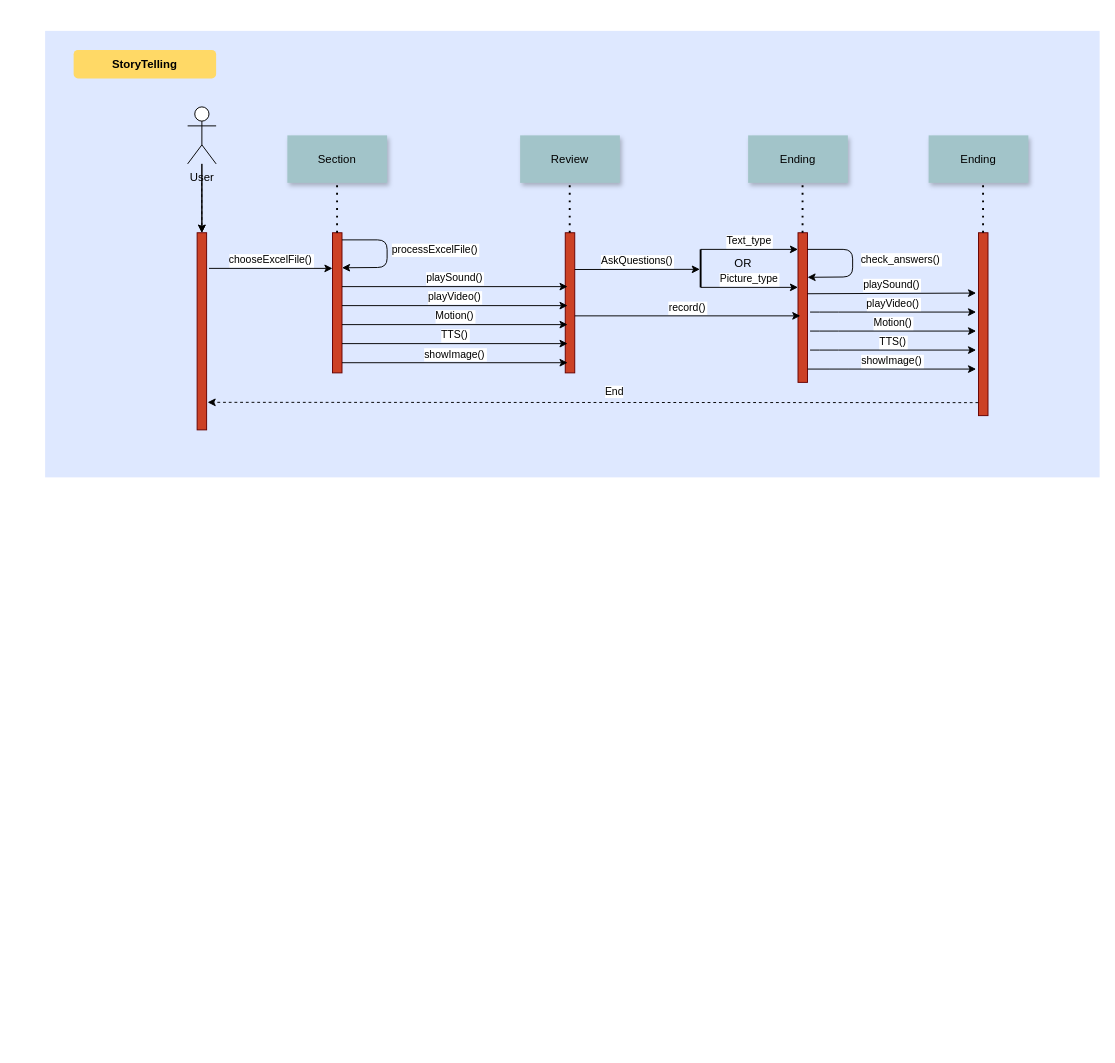
Above: page "sequence diagram" (1 of 3) of Untitled Diagram.drawio in chewwwyong/dosomethingexcel (draw.io), before the change. Source tidied: cells renumbered, new cells numbered last; positions are measured from the earlier drawing's top-left corner, leaving out a move shared by most shapes. Both pictures are drawn from the tidied source at 95%, with x=0, y=0 at pixel (45, 30).
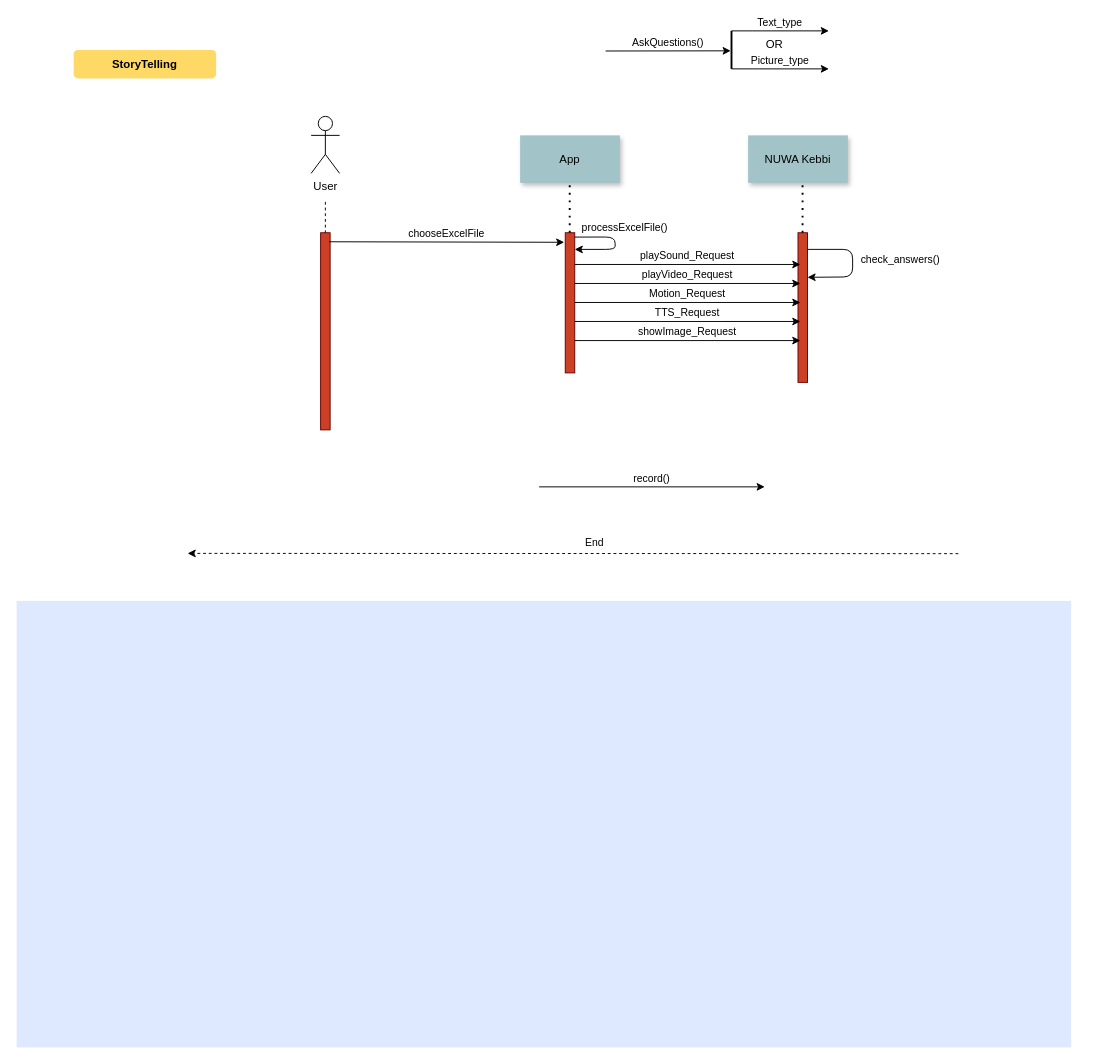
The same page after the edit.

The change refers to these unchanged cells:
```xml
<mxCell id="7" style="fillColor=#CC4125;strokeColor=#660000;" parent="1" vertex="1">
  <mxGeometry x="547.5" y="212.5" width="10" height="147.5" as="geometry" />
</mxCell>
```

What changed in the source:
```diff
@@
     <mxCell id="2" style="fillColor=#DEE8FF;strokeColor=none;" parent="1" vertex="1">
-      <mxGeometry width="1110" height="470" as="geometry" />
+      <mxGeometry x="-30" y="600" width="1110" height="470" as="geometry" />
     </mxCell>
     <mxCell id="3" style="fillColor=#CC4125;strokeColor=#660000;" parent="1" vertex="1">
-      <mxGeometry x="160" y="212.5" width="10" height="207.5" as="geometry" />
+      <mxGeometry x="290" y="212.5" width="10" height="207.5" as="geometry" />
     </mxCell>
-    <mxCell id="4" value="chooseExcelFile()" style="edgeStyle=none;verticalLabelPosition=top;verticalAlign=bottom;" parent="1" edge="1">
-      <mxGeometry x="222.5" y="112.5" as="geometry">
-        <mxPoint x="172.5" y="250" as="sourcePoint" />
-        <mxPoint x="302.5" y="250" as="targetPoint" />
+    <mxCell id="4" value="chooseExcelFile" style="edgeStyle=none;verticalLabelPosition=top;verticalAlign=bottom;entryX=-0.108;entryY=0.068;entryDx=0;entryDy=0;entryPerimeter=0;" parent="1" edge="1" target="7">
+      <mxGeometry x="222.5" y="84.7" as="geometry">
+        <mxPoint x="299" y="222" as="sourcePoint" />
       </mxGeometry>
     </mxCell>
-    <mxCell id="5" value="Section" style="shadow=1;fillColor=#A2C4C9;strokeColor=none;" parent="1" vertex="1">
-      <mxGeometry x="255" y="110" width="105" height="50" as="geometry" />
-    </mxCell>
-    <mxCell id="6" style="fillColor=#CC4125;strokeColor=#660000;" parent="1" vertex="1">
-      <mxGeometry x="302.5" y="212.5" width="10" height="147.5" as="geometry" />
-    </mxCell>
@@
-    <mxCell id="8" value="Review" style="shadow=1;fillColor=#A2C4C9;strokeColor=none;" parent="1" vertex="1">
+    <mxCell id="8" value="App" style="shadow=1;fillColor=#A2C4C9;strokeColor=none;" parent="1" vertex="1">
       <mxGeometry x="500" y="110" width="105" height="50" as="geometry" />
     </mxCell>
-    <mxCell id="9" value="Ending" style="shadow=1;fillColor=#A2C4C9;strokeColor=none;" parent="1" vertex="1">
+    <mxCell id="9" value="NUWA Kebbi" style="shadow=1;fillColor=#A2C4C9;strokeColor=none;" parent="1" vertex="1">
       <mxGeometry x="740" y="110" width="105" height="50" as="geometry" />
     </mxCell>
@@
     <mxCell id="11" style="edgeStyle=elbowEdgeStyle;elbow=horizontal;endArrow=none;dashed=1;" parent="1" edge="1" target="3">
       <mxGeometry x="230" y="310" as="geometry">
-        <mxPoint x="164.8" y="160" as="sourcePoint" />
+        <mxPoint x="295" y="180" as="sourcePoint" />
+        <Array as="points">
+          <mxPoint x="295" y="180" />
+          <mxPoint x="255" y="240" />
+        </Array>
       </mxGeometry>
     </mxCell>
@@
-    <mxCell id="13" style="edgeStyle=orthogonalEdgeStyle;rounded=0;jettySize=auto;html=1;" parent="1" edge="1" source="15" target="3">
-      <mxGeometry relative="1" as="geometry" />
-    </mxCell>
-    <mxCell id="14" style="edgeStyle=orthogonalEdgeStyle;rounded=0;jettySize=auto;html=1;" parent="1" edge="1" source="15" target="3">
-      <mxGeometry relative="1" as="geometry" />
-    </mxCell>
     <mxCell id="15" value="User" style="shape=umlActor;verticalLabelPosition=bottom;verticalAlign=top;html=1;outlineConnect=0;rotation=0;" parent="1" vertex="1">
-      <mxGeometry x="150" y="80" width="30" height="60" as="geometry" />
+      <mxGeometry x="280" y="90" width="30" height="60" as="geometry" />
     </mxCell>
-    <mxCell id="16" style="endArrow=classic;html=1;dashed=1;exitX=-0.021;exitY=0.929;exitDx=0;exitDy=0;exitPerimeter=0;" parent="1" edge="1" source="40">
+    <mxCell id="16" style="endArrow=classic;html=1;dashed=1;exitX=-0.021;exitY=0.929;exitDx=0;exitDy=0;exitPerimeter=0;" parent="1" edge="1">
       <mxGeometry relative="1" as="geometry">
-        <mxPoint x="171" y="391" as="targetPoint" />
+        <mxPoint x="961.3" y="550.3" as="sourcePoint" />
+        <mxPoint x="150" y="550" as="targetPoint" />
       </mxGeometry>
     </mxCell>
@@
     <mxCell id="18" value="Text_type" style="edgeStyle=elbowEdgeStyle;elbow=vertical;verticalLabelPosition=top;verticalAlign=bottom;" parent="1" edge="1">
-      <mxGeometry x="662.5" y="250" as="geometry">
-        <mxPoint x="690" y="230" as="sourcePoint" />
-        <mxPoint x="792.5" y="230" as="targetPoint" />
+      <mxGeometry x="695" y="20" as="geometry">
+        <mxPoint x="722.5" as="sourcePoint" />
+        <mxPoint x="825" as="targetPoint" />
         <Array as="points">
-          <mxPoint x="722.5" y="230" />
-          <mxPoint x="672.5" y="300" />
+          <mxPoint x="755" />
+          <mxPoint x="705" y="70" />
         </Array>
       </mxGeometry>
     </mxCell>
     <mxCell id="19" value="Picture_type" style="edgeStyle=elbowEdgeStyle;elbow=vertical;verticalLabelPosition=top;verticalAlign=bottom;" parent="1" edge="1">
-      <mxGeometry x="662.5" y="290" as="geometry">
-        <mxPoint x="690" y="270" as="sourcePoint" />
-        <mxPoint x="792.5" y="270" as="targetPoint" />
+      <mxGeometry x="695" y="60" as="geometry">
+        <mxPoint x="722.5" y="40" as="sourcePoint" />
+        <mxPoint x="825" y="40" as="targetPoint" />
         <Array as="points">
-          <mxPoint x="722.5" y="270" />
-          <mxPoint x="672.5" y="340" />
+          <mxPoint x="755" y="40" />
+          <mxPoint x="705" y="110" />
         </Array>
       </mxGeometry>
     </mxCell>
     <mxCell id="20" style="line;strokeWidth=2;direction=south;html=1;" parent="1" vertex="1">
-      <mxGeometry x="685" y="230" width="10" height="40" as="geometry" />
+      <mxGeometry x="717.5" width="10" height="40" as="geometry" />
     </mxCell>
     <mxCell id="21" value="OR" style="text;html=1;fillColor=none;align=center;verticalAlign=middle;whiteSpace=wrap;rounded=0;" parent="1" vertex="1">
-      <mxGeometry x="725" y="240" width="20" height="10" as="geometry" />
+      <mxGeometry x="757.5" y="10" width="20" height="10" as="geometry" />
     </mxCell>
-    <mxCell id="22" style="endArrow=none;dashed=1;html=1;dashPattern=1 3;strokeWidth=2;entryX=0.5;entryY=1;entryDx=0;entryDy=0;exitX=0.5;exitY=0;exitDx=0;exitDy=0;" parent="1" edge="1">
-      <mxGeometry relative="1" as="geometry">
-        <mxPoint x="307.3" y="212.5" as="sourcePoint" />
-        <mxPoint x="307.3" y="160" as="targetPoint" />
-      </mxGeometry>
-    </mxCell>
@@
     <mxCell id="24" value="AskQuestions()" style="edgeStyle=elbowEdgeStyle;elbow=vertical;verticalLabelPosition=top;verticalAlign=bottom;jumpStyle=arc;entryX=0.535;entryY=0.581;entryDx=0;entryDy=0;entryPerimeter=0;" parent="1" edge="1" target="20">
-      <mxGeometry x="785" y="271.2" as="geometry">
-        <mxPoint x="557.5" y="251.2" as="sourcePoint" />
+      <mxGeometry x="817.5" y="41.2" as="geometry">
+        <mxPoint x="590" y="21.2" as="sourcePoint" />
         <Array as="points">
-          <mxPoint x="670" y="251" />
+          <mxPoint x="702.5" y="21" />
         </Array>
       </mxGeometry>
     </mxCell>
-    <mxCell id="25" value="playVideo()" style="edgeStyle=elbowEdgeStyle;elbow=vertical;verticalLabelPosition=top;verticalAlign=bottom;" parent="1" edge="1">
-      <mxGeometry x="285" y="309.2" as="geometry">
-        <mxPoint x="312.5" y="289.2" as="sourcePoint" />
-        <mxPoint x="550" y="289.4" as="targetPoint" />
+    <mxCell id="25" value="playVideo_Request" style="edgeStyle=elbowEdgeStyle;elbow=vertical;verticalLabelPosition=top;verticalAlign=bottom;" parent="1" edge="1">
+      <mxGeometry x="530" y="285.9" as="geometry">
+        <mxPoint x="557.5" y="265.9" as="sourcePoint" />
+        <mxPoint x="795" y="266.1" as="targetPoint" />
         <Array as="points">
-          <mxPoint x="345" y="289.2" />
-          <mxPoint x="295" y="359.2" />
+          <mxPoint x="590" y="265.9" />
+          <mxPoint x="540" y="335.9" />
         </Array>
       </mxGeometry>
     </mxCell>
-    <mxCell id="26" value="Motion()" style="edgeStyle=elbowEdgeStyle;elbow=vertical;verticalLabelPosition=top;verticalAlign=bottom;" parent="1" edge="1">
-      <mxGeometry x="285" y="329.2" as="geometry">
-        <mxPoint x="312.5" y="309.2" as="sourcePoint" />
-        <mxPoint x="550" y="309.4" as="targetPoint" />
+    <mxCell id="26" value="Motion_Request" style="edgeStyle=elbowEdgeStyle;elbow=vertical;verticalLabelPosition=top;verticalAlign=bottom;" parent="1" edge="1">
+      <mxGeometry x="530" y="305.9" as="geometry">
+        <mxPoint x="557.5" y="285.9" as="sourcePoint" />
+        <mxPoint x="795" y="286.1" as="targetPoint" />
         <Array as="points">
-          <mxPoint x="345" y="309.2" />
-          <mxPoint x="295" y="379.2" />
+          <mxPoint x="590" y="285.9" />
+          <mxPoint x="540" y="355.9" />
         </Array>
       </mxGeometry>
     </mxCell>
-    <mxCell id="27" value="playSound()" style="edgeStyle=elbowEdgeStyle;elbow=vertical;verticalLabelPosition=top;verticalAlign=bottom;" parent="1" edge="1">
-      <mxGeometry x="285" y="289.2" as="geometry">
-        <mxPoint x="312.5" y="269.2" as="sourcePoint" />
-        <mxPoint x="550" y="269.4" as="targetPoint" />
+    <mxCell id="27" value="playSound_Request" style="edgeStyle=elbowEdgeStyle;elbow=vertical;verticalLabelPosition=top;verticalAlign=bottom;" parent="1" edge="1">
+      <mxGeometry x="530" y="265.9" as="geometry">
+        <mxPoint x="557.5" y="245.9" as="sourcePoint" />
+        <mxPoint x="795" y="246.1" as="targetPoint" />
         <Array as="points">
-          <mxPoint x="345" y="269.2" />
-          <mxPoint x="295" y="339.2" />
+          <mxPoint x="590" y="245.9" />
+          <mxPoint x="540" y="315.9" />
         </Array>
       </mxGeometry>
     </mxCell>
-    <mxCell id="28" value="TTS()" style="edgeStyle=elbowEdgeStyle;elbow=vertical;verticalLabelPosition=top;verticalAlign=bottom;" parent="1" edge="1">
-      <mxGeometry x="285" y="349.2" as="geometry">
-        <mxPoint x="312.5" y="329.2" as="sourcePoint" />
-        <mxPoint x="550" y="329.4" as="targetPoint" />
+    <mxCell id="28" value="TTS_Request" style="edgeStyle=elbowEdgeStyle;elbow=vertical;verticalLabelPosition=top;verticalAlign=bottom;" parent="1" edge="1">
+      <mxGeometry x="530" y="325.9" as="geometry">
+        <mxPoint x="557.5" y="305.9" as="sourcePoint" />
+        <mxPoint x="795" y="306.1" as="targetPoint" />
         <Array as="points">
-          <mxPoint x="345" y="329.2" />
-          <mxPoint x="295" y="399.2" />
+          <mxPoint x="590" y="305.9" />
+          <mxPoint x="540" y="375.9" />
         </Array>
       </mxGeometry>
     </mxCell>
@@
-    <mxCell id="30" value="showImage()" style="edgeStyle=elbowEdgeStyle;elbow=vertical;verticalLabelPosition=top;verticalAlign=bottom;" parent="1" edge="1">
-      <mxGeometry x="285" y="369.3" as="geometry">
-        <mxPoint x="312.5" y="349.3" as="sourcePoint" />
-        <mxPoint x="550" y="349.5" as="targetPoint" />
+    <mxCell id="30" value="showImage_Request" style="edgeStyle=elbowEdgeStyle;elbow=vertical;verticalLabelPosition=top;verticalAlign=bottom;" parent="1" edge="1">
+      <mxGeometry x="530" y="346" as="geometry">
+        <mxPoint x="557.5" y="326" as="sourcePoint" />
+        <mxPoint x="795" y="326.2" as="targetPoint" />
         <Array as="points">
-          <mxPoint x="345" y="349.3" />
-          <mxPoint x="295" y="419.3" />
+          <mxPoint x="590" y="326" />
+          <mxPoint x="540" y="396" />
         </Array>
       </mxGeometry>
     </mxCell>
-    <mxCell id="31" value="processExcelFile()" style="edgeStyle=none;verticalLabelPosition=top;verticalAlign=bottom;entryX=1;entryY=0.25;entryDx=0;entryDy=0;" parent="1" edge="1" target="6">
-      <mxGeometry as="geometry">
-        <mxPoint x="312.5" y="220" as="sourcePoint" />
-        <Array as="points">
-          <mxPoint x="360" y="220" />
-          <mxPoint x="360" y="249" />
-        </Array>
-        <mxPoint x="98" y="5" as="offset" />
-      </mxGeometry>
-    </mxCell>
-    <mxCell id="32" value="playVideo()" style="edgeStyle=elbowEdgeStyle;elbow=vertical;verticalLabelPosition=top;verticalAlign=bottom;" parent="1" edge="1">
-      <mxGeometry x="765.2" y="316" as="geometry">
-        <mxPoint x="805.2" y="296" as="sourcePoint" />
-        <mxPoint x="980" y="296" as="targetPoint" />
-        <Array as="points">
-          <mxPoint x="825.2" y="296" />
-          <mxPoint x="775.2" y="366" />
-        </Array>
-      </mxGeometry>
-    </mxCell>
-    <mxCell id="33" value="Motion()" style="edgeStyle=elbowEdgeStyle;elbow=vertical;verticalLabelPosition=top;verticalAlign=bottom;" parent="1" edge="1">
-      <mxGeometry x="765.2" y="336" as="geometry">
-        <mxPoint x="805.2" y="316" as="sourcePoint" />
-        <mxPoint x="980" y="316" as="targetPoint" />
-        <Array as="points">
-          <mxPoint x="825.2" y="316" />
-          <mxPoint x="775.2" y="386" />
-        </Array>
-      </mxGeometry>
-    </mxCell>
-    <mxCell id="34" value="playSound()" style="edgeStyle=elbowEdgeStyle;elbow=vertical;verticalLabelPosition=top;verticalAlign=bottom;exitX=0.983;exitY=0.278;exitDx=0;exitDy=0;exitPerimeter=0;" parent="1" edge="1">
-      <mxGeometry x="765.2" y="296" as="geometry">
-        <mxPoint x="802.5" y="276.7" as="sourcePoint" />
-        <mxPoint x="980" y="276" as="targetPoint" />
-        <Array as="points">
-          <mxPoint x="825.2" y="276" />
-          <mxPoint x="775.2" y="346" />
-        </Array>
-      </mxGeometry>
-    </mxCell>
-    <mxCell id="35" value="TTS()" style="edgeStyle=elbowEdgeStyle;elbow=vertical;verticalLabelPosition=top;verticalAlign=bottom;" parent="1" edge="1">
-      <mxGeometry x="765.2" y="356" as="geometry">
-        <mxPoint x="805.2" y="336" as="sourcePoint" />
-        <mxPoint x="980" y="336" as="targetPoint" />
-        <Array as="points">
-          <mxPoint x="825.2" y="336" />
-          <mxPoint x="775.2" y="406" />
-        </Array>
-      </mxGeometry>
-    </mxCell>
-    <mxCell id="36" value="showImage()" style="edgeStyle=elbowEdgeStyle;elbow=vertical;verticalLabelPosition=top;verticalAlign=bottom;" parent="1" edge="1">
-      <mxGeometry x="775.2" y="376" as="geometry">
-        <mxPoint x="802.7" y="356" as="sourcePoint" />
-        <mxPoint x="980" y="356" as="targetPoint" />
-        <Array as="points">
-          <mxPoint x="835.2" y="356" />
-          <mxPoint x="785.2" y="426" />
-        </Array>
-      </mxGeometry>
-    </mxCell>
     <mxCell id="37" value="record()" style="edgeStyle=elbowEdgeStyle;elbow=vertical;verticalLabelPosition=top;verticalAlign=bottom;" parent="1" edge="1">
-      <mxGeometry x="530" y="320" as="geometry">
-        <mxPoint x="557.5" y="300" as="sourcePoint" />
-        <mxPoint x="795" y="300.2" as="targetPoint" />
+      <mxGeometry x="492.5" y="500" as="geometry">
+        <mxPoint x="520" y="480" as="sourcePoint" />
+        <mxPoint x="757.5" y="480.2" as="targetPoint" />
         <Array as="points">
-          <mxPoint x="590" y="300" />
-          <mxPoint x="540" y="370" />
+          <mxPoint x="552.5" y="480" />
+          <mxPoint x="502.5" y="550" />
         </Array>
       </mxGeometry>
     </mxCell>
@@
-    <mxCell id="39" value="Ending" style="shadow=1;fillColor=#A2C4C9;strokeColor=none;" parent="1" vertex="1">
-      <mxGeometry x="930" y="110" width="105" height="50" as="geometry" />
-    </mxCell>
-    <mxCell id="40" style="fillColor=#CC4125;strokeColor=#660000;" parent="1" vertex="1">
-      <mxGeometry x="982.5" y="212.5" width="10" height="192.5" as="geometry" />
-    </mxCell>
-    <mxCell id="41" style="endArrow=none;dashed=1;html=1;dashPattern=1 3;strokeWidth=2;entryX=0.5;entryY=1;entryDx=0;entryDy=0;exitX=0.5;exitY=0;exitDx=0;exitDy=0;" parent="1" edge="1">
-      <mxGeometry relative="1" as="geometry">
-        <mxPoint x="987.3" y="212.5" as="sourcePoint" />
-        <mxPoint x="987.3" y="160" as="targetPoint" />
-      </mxGeometry>
-    </mxCell>
+    <mxCell id="31" value="processExcelFile()" style="edgeStyle=none;verticalLabelPosition=top;verticalAlign=bottom;exitX=0.995;exitY=0.031;exitDx=0;exitDy=0;exitPerimeter=0;entryX=0.995;entryY=0.119;entryDx=0;entryDy=0;entryPerimeter=0;" parent="1" edge="1" source="7" target="7">
+      <mxGeometry as="geometry">
+        <Array as="points">
+          <mxPoint x="600" y="217" />
+          <mxPoint x="600" y="230" />
+        </Array>
+        <mxPoint x="53" y="-7" as="offset" />
+      </mxGeometry>
+    </mxCell>
```
